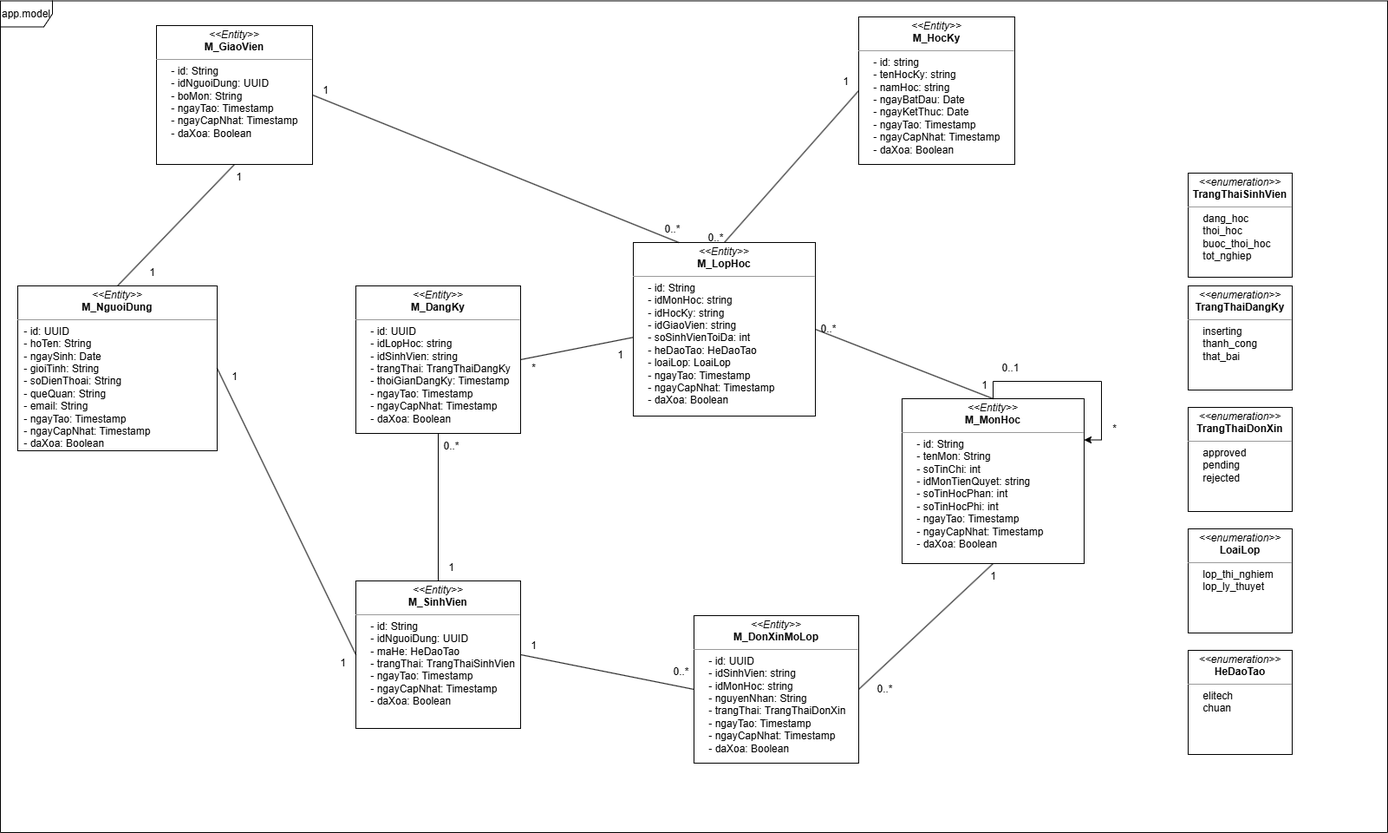
imvietcuongfrvietnam/PTTKHT keeps this draw.io diagram as Package Diagram/Model/Model_package_diagram.drawio.png. Above is the earlier version. Source tidied: cells renumbered, new cells last; positions are measured from the earlier drawing's top-left corner, leaving out a move shared by most shapes.
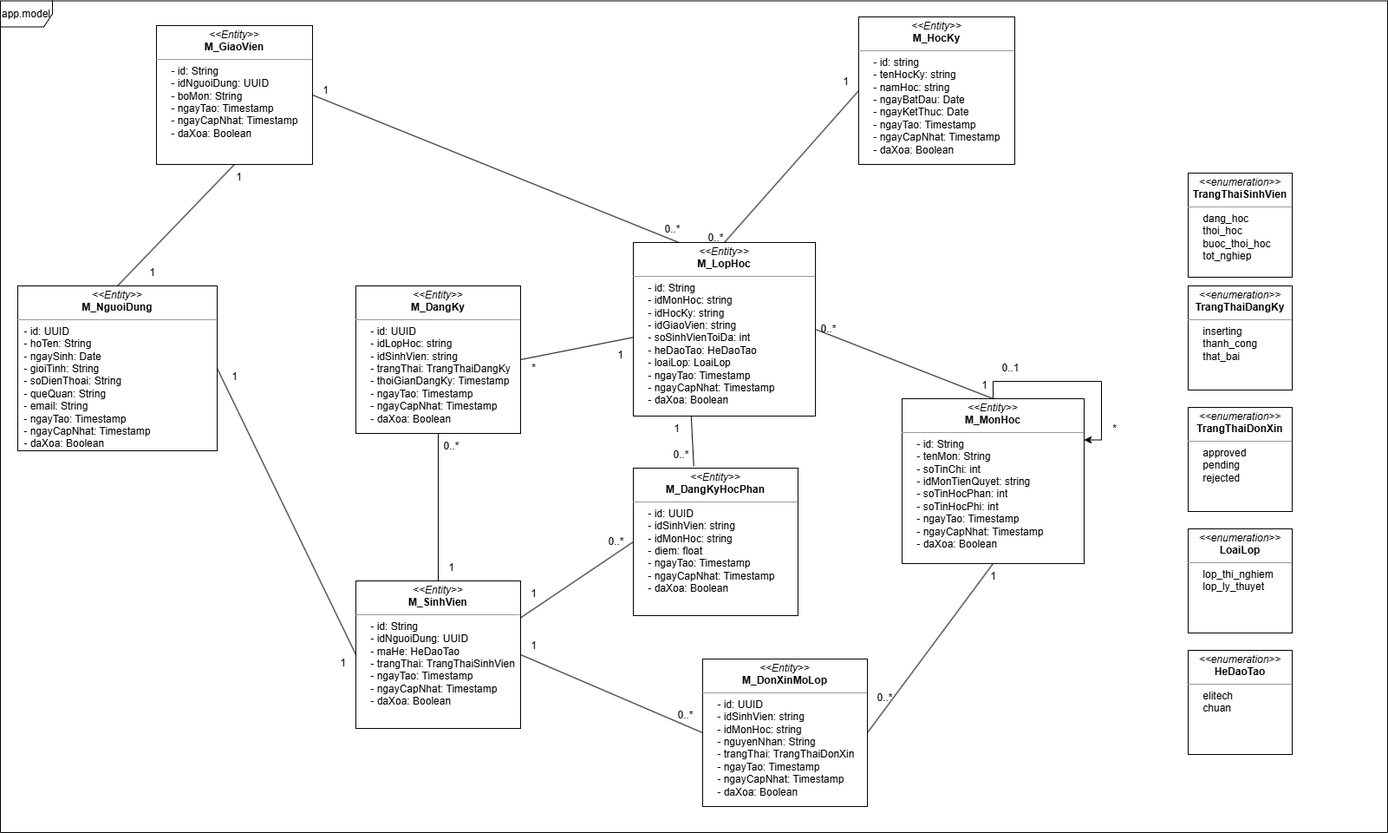
The same file after the commit.

What changed in the source:
```diff
@@ -27,7 +27,7 @@
       <mxGeometry x="990" y="18" width="180" height="170" as="geometry" />
     </mxCell>
     <mxCell id="10" value="&lt;p style=&quot;margin:0px;margin-top:4px;text-align:center;&quot;&gt;&lt;i&gt;&amp;lt;&amp;lt;Entity&amp;gt;&amp;gt;&lt;/i&gt;&lt;br&gt;&lt;b&gt;M_DonXinMoLop&lt;/b&gt;&lt;/p&gt;&lt;hr size=&quot;1&quot;&gt;&lt;p style=&quot;margin:0px;margin-left:4px;&quot;&gt;&amp;nbsp; &amp;nbsp; - id: UUID&lt;/p&gt;&lt;p style=&quot;margin:0px;margin-left:4px;&quot;&gt;&amp;nbsp; &amp;nbsp; - idSinhVien: string&lt;/p&gt;&lt;p style=&quot;margin:0px;margin-left:4px;&quot;&gt;&amp;nbsp; &amp;nbsp; - idMonHoc: string&lt;/p&gt;&lt;p style=&quot;margin:0px;margin-left:4px;&quot;&gt;&amp;nbsp; &amp;nbsp; - nguyenNhan: String&lt;/p&gt;&lt;p style=&quot;margin:0px;margin-left:4px;&quot;&gt;&amp;nbsp; &amp;nbsp; - trangThai: TrangThaiDonXin&lt;/p&gt;&lt;p style=&quot;margin:0px;margin-left:4px;&quot;&gt;&amp;nbsp; &amp;nbsp; - ngayTao: Timestamp&lt;/p&gt;&lt;p style=&quot;margin:0px;margin-left:4px;&quot;&gt;&amp;nbsp; &amp;nbsp; - ngayCapNhat: Timestamp&lt;/p&gt;&lt;p style=&quot;margin:0px;margin-left:4px;&quot;&gt;&amp;nbsp; &amp;nbsp; - daXoa: Boolean&lt;/p&gt;" style="verticalAlign=top;align=left;overflow=fill;fontSize=12;fontFamily=Helvetica;html=1;rounded=0;shadow=0;comic=0;labelBackgroundColor=none;strokeWidth=1;" parent="1" vertex="1">
-      <mxGeometry x="800" y="708" width="190" height="170" as="geometry" />
+      <mxGeometry x="810" y="758" width="190" height="170" as="geometry" />
     </mxCell>
     <mxCell id="11" style="endArrow=none;html=1;rounded=0;exitX=0.5;exitY=0;exitDx=0;exitDy=0;" parent="1" edge="1" source="8">
       <mxGeometry relative="1" as="geometry">
@@ -83,7 +83,7 @@
       <mxGeometry x="600" y="728" width="30" height="30" as="geometry" />
     </mxCell>
     <mxCell id="28" value="0..*" style="text;html=1;align=center;verticalAlign=middle;strokeColor=none;fillColor=none;" parent="1" vertex="1">
-      <mxGeometry x="765" y="758" width="40" height="30" as="geometry" />
+      <mxGeometry x="770" y="808" width="40" height="30" as="geometry" />
     </mxCell>
     <mxCell id="29" style="endArrow=none;html=1;rounded=0;exitX=1;exitY=0.5;exitDx=0;exitDy=0;entryX=0.5;entryY=1;entryDx=0;entryDy=0;" parent="1" edge="1" source="10" target="8">
       <mxGeometry relative="1" as="geometry" />
@@ -92,7 +92,7 @@
       <mxGeometry x="1130" y="648" width="30" height="30" as="geometry" />
     </mxCell>
     <mxCell id="31" value="0..*" style="text;html=1;align=center;verticalAlign=middle;strokeColor=none;fillColor=none;" parent="1" vertex="1">
-      <mxGeometry x="1000" y="778" width="40" height="30" as="geometry" />
+      <mxGeometry x="1000" y="788" width="40" height="30" as="geometry" />
     </mxCell>
     <mxCell id="32" style="endArrow=none;html=1;rounded=0;exitX=0.5;exitY=0;exitDx=0;exitDy=0;entryX=0.5;entryY=1;entryDx=0;entryDy=0;" parent="1" edge="1" source="3" target="4">
       <mxGeometry relative="1" as="geometry" />
@@ -136,5 +136,26 @@
     <mxCell id="45" value="&lt;p style=&quot;margin:0px;margin-top:4px;text-align:center;&quot;&gt;&lt;i&gt;&amp;lt;&amp;lt;enumeration&amp;gt;&amp;gt;&lt;/i&gt;&lt;br&gt;&lt;b&gt;HeDaoTao&lt;/b&gt;&lt;/p&gt;&lt;hr size=&quot;1&quot;&gt;&lt;p style=&quot;margin:0px;margin-left:4px;&quot;&gt;&amp;nbsp; &amp;nbsp; elitech&lt;/p&gt;&lt;p style=&quot;margin:0px;margin-left:4px;&quot;&gt;&amp;nbsp; &amp;nbsp; chuan&lt;/p&gt;" style="verticalAlign=top;align=left;overflow=fill;fontSize=12;fontFamily=Helvetica;html=1;rounded=0;shadow=0;comic=0;labelBackgroundColor=none;strokeWidth=1;" parent="1" vertex="1">
       <mxGeometry x="1370" y="748" width="120" height="120" as="geometry" />
     </mxCell>
+    <mxCell id="46" value="&lt;p style=&quot;margin:0px;margin-top:4px;text-align:center;&quot;&gt;&lt;i&gt;&amp;lt;&amp;lt;Entity&amp;gt;&amp;gt;&lt;/i&gt;&lt;br&gt;&lt;b&gt;M_DangKyHocPhan&lt;/b&gt;&lt;/p&gt;&lt;hr size=&quot;1&quot;&gt;&lt;p style=&quot;margin:0px;margin-left:4px;&quot;&gt;&amp;nbsp; &amp;nbsp; - id: UUID&lt;/p&gt;&lt;p style=&quot;margin:0px;margin-left:4px;&quot;&gt;&amp;nbsp; &amp;nbsp; - idSinhVien: string&lt;/p&gt;&lt;p style=&quot;margin:0px;margin-left:4px;&quot;&gt;&amp;nbsp; &amp;nbsp; - idMonHoc: string&lt;/p&gt;&lt;p style=&quot;margin:0px;margin-left:4px;&quot;&gt;&amp;nbsp; &amp;nbsp; - diem: float&lt;/p&gt;&lt;p style=&quot;margin:0px;margin-left:4px;&quot;&gt;&amp;nbsp; &amp;nbsp; - ngayTao: Timestamp&lt;/p&gt;&lt;p style=&quot;margin:0px;margin-left:4px;&quot;&gt;&amp;nbsp; &amp;nbsp; - ngayCapNhat: Timestamp&lt;/p&gt;&lt;p style=&quot;margin:0px;margin-left:4px;&quot;&gt;&amp;nbsp; &amp;nbsp; - daXoa: Boolean&lt;/p&gt;" style="verticalAlign=top;align=left;overflow=fill;fontSize=12;fontFamily=Helvetica;html=1;rounded=0;shadow=0;comic=0;labelBackgroundColor=none;strokeWidth=1;" parent="1" vertex="1">
+      <mxGeometry x="730" y="538" width="190" height="170" as="geometry" />
+    </mxCell>
+    <mxCell id="47" style="endArrow=none;html=1;rounded=0;exitX=1;exitY=0.25;exitDx=0;exitDy=0;entryX=0;entryY=0.5;entryDx=0;entryDy=0;" parent="1" edge="1" source="5" target="46">
+      <mxGeometry relative="1" as="geometry" />
+    </mxCell>
+    <mxCell id="48" style="endArrow=none;html=1;rounded=0;entryX=0.367;entryY=-0.013;entryDx=0;entryDy=0;entryPerimeter=0;exitX=0.318;exitY=0.999;exitDx=0;exitDy=0;exitPerimeter=0;" parent="1" edge="1" source="6" target="46">
+      <mxGeometry relative="1" as="geometry" />
+    </mxCell>
+    <mxCell id="49" value="1" style="text;html=1;align=center;verticalAlign=middle;strokeColor=none;fillColor=none;" parent="1" vertex="1">
+      <mxGeometry x="600" y="668" width="30" height="30" as="geometry" />
+    </mxCell>
+    <mxCell id="50" value="0..*" style="text;html=1;align=center;verticalAlign=middle;strokeColor=none;fillColor=none;" parent="1" vertex="1">
+      <mxGeometry x="690" y="608" width="40" height="30" as="geometry" />
+    </mxCell>
+    <mxCell id="51" value="1" style="text;html=1;align=center;verticalAlign=middle;strokeColor=none;fillColor=none;" parent="1" vertex="1">
+      <mxGeometry x="765" y="478" width="30" height="30" as="geometry" />
+    </mxCell>
+    <mxCell id="52" value="0..*" style="text;html=1;align=center;verticalAlign=middle;strokeColor=none;fillColor=none;" parent="1" vertex="1">
+      <mxGeometry x="765" y="508" width="40" height="30" as="geometry" />
+    </mxCell>
   </root>
 </mxGraphModel>
```
